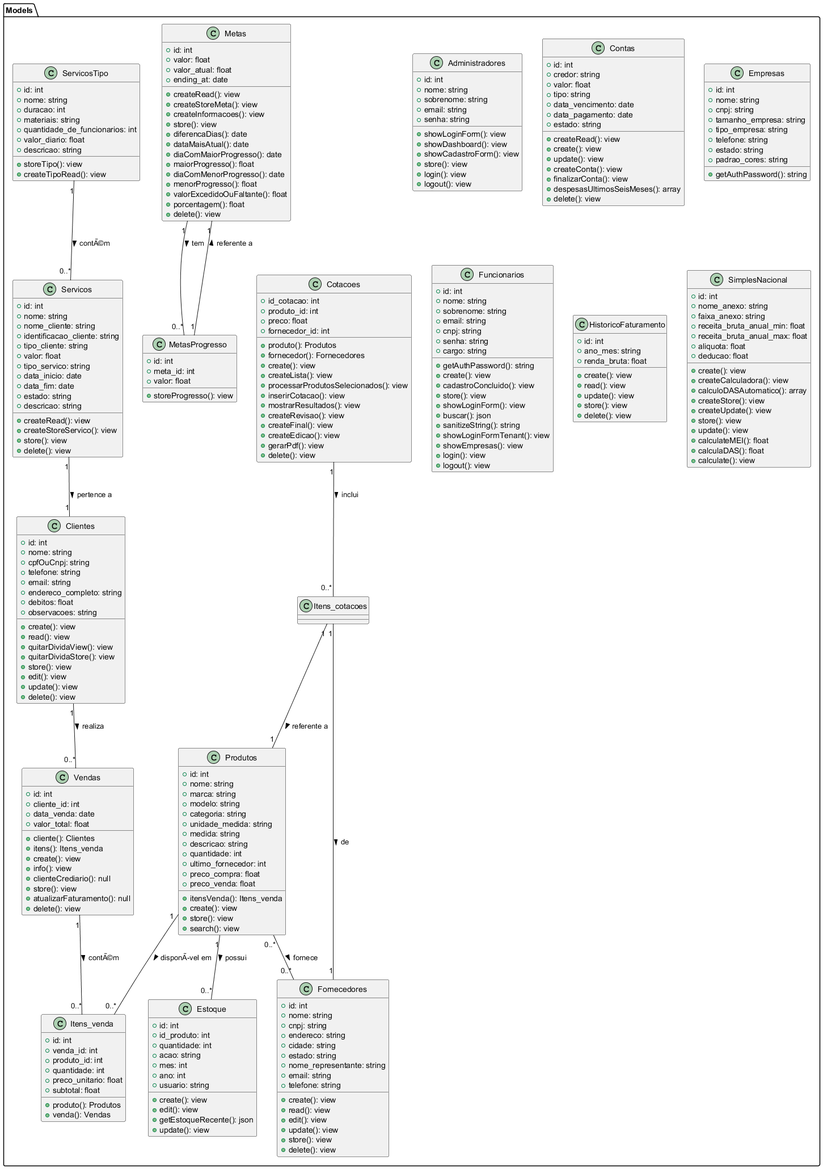
Earlier version of the PlantUML export resources/diagramas/diagrama_classe.png (PatrickCaminhas/SimplifiqSystem).
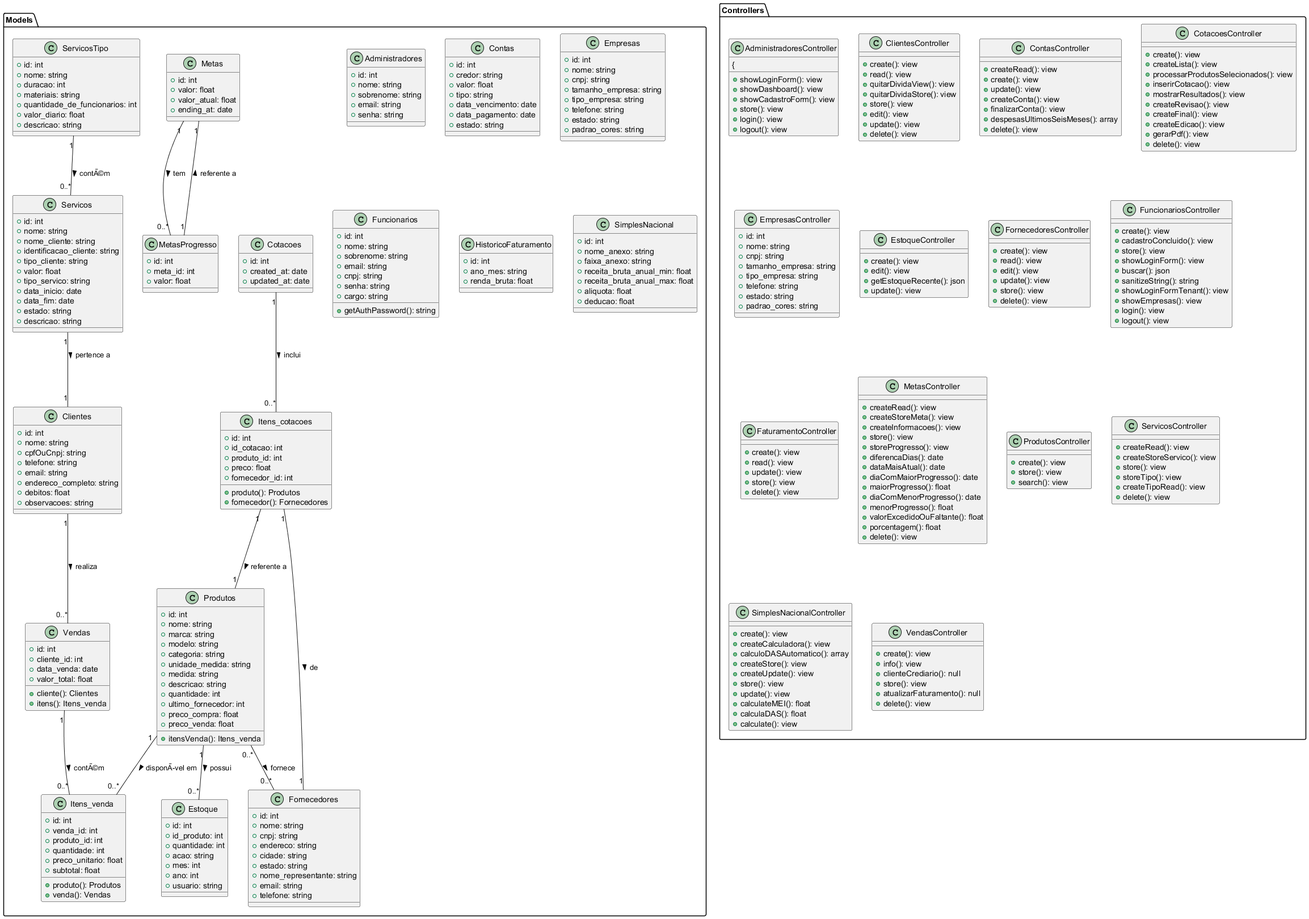
The same file after the commit.

Commit message:
correção no diagramas de casos de uso e de classe

The edit, as a diff of the source:
```diff
@@ -8,12 +8,7 @@
         +sobrenome: string
         +email: string
         +senha: string
-        +showLoginForm(): view
-        +showDashboard(): view
-        +showCadastroForm(): view
-        +store(): view
-        +login(): view
-        +logout(): view
+
 
 
     }
@@ -27,14 +22,7 @@
         +endereco_completo: string
         +debitos: float
         +observacoes: string
-        +create(): view
-        +read(): view
-        +quitarDividaView(): view
-        +quitarDividaStore(): view
-        +store(): view
-        +edit(): view
-        +update(): view
-        +delete(): view
+
 
 
     }
@@ -47,33 +35,28 @@
         +data_vencimento: date
         +data_pagamento: date
         +estado: string
-        +createRead(): view
-        +create(): view
-        +update(): view
-        +createConta(): view
-        +finalizarConta(): view
-        +despesasUltimosSeisMeses(): array
-        +delete(): view
+
 
     }
 
-    class Cotacoes {
+    class Itens_cotacoes {
+	+id: int
         +id_cotacao: int
         +produto_id: int
         +preco: float
         +fornecedor_id: int
         +produto(): Produtos
         +fornecedor(): Fornecedores
-        +create(): view
-        +createLista(): view
-        +processarProdutosSelecionados(): view
-        +inserirCotacao(): view
-        +mostrarResultados(): view
-        +createRevisao(): view
-        +createFinal(): view
-        +createEdicao(): view
-        +gerarPdf(): view
-        +delete(): view
+
+
+    }
+
+    class Cotacoes {
+    	+id: int
+	+created_at: date
+	+updated_at: date
+
+
 
     }
 
@@ -86,7 +69,7 @@
         +telefone: string
         +estado: string
         +padrao_cores: string
-        +getAuthPassword(): string
+
     }
 
     class Estoque {
@@ -97,10 +80,7 @@
         +mes: int
         +ano: int
         +usuario: string
-        +create(): view
-        +edit(): view
-        +getEstoqueRecente(): json
-        +update(): view
+
 
     }
 
@@ -114,12 +94,7 @@
         +nome_representante: string
         +email: string
         +telefone: string
-        +create(): view
-        +read(): view
-        +edit(): view
-        +update(): view
-        +store(): view
-        +delete(): view
+
 
     }
 
@@ -132,16 +107,7 @@
         +senha: string
         +cargo: string
         +getAuthPassword(): string
-        +create(): view
-        +cadastroConcluido(): view
-        +store(): view
-        +showLoginForm(): view
-        +buscar(): json
-        +sanitizeString(): string
-        +showLoginFormTenant(): view
-        +showEmpresas(): view
-        +login(): view
-        +logout(): view
+
 
     }
 
@@ -149,11 +115,7 @@
         +id: int
         +ano_mes: string
         +renda_bruta: float
-        +create(): view
-        +read(): view
-        +update(): view
-        +store(): view
-        +delete(): view
+
     }
 
     class Itens_venda {
@@ -172,19 +134,7 @@
         +valor: float
         +valor_atual: float
         +ending_at: date
-        +createRead(): view
-        +createStoreMeta(): view
-        +createInformacoes(): view
-        +store(): view
-        +diferencaDias(): date
-        +dataMaisAtual(): date
-        +diaComMaiorProgresso(): date
-        +maiorProgresso(): float
-        +diaComMenorProgresso(): date
-        +menorProgresso(): float
-        +valorExcedidoOuFaltante(): float
-        +porcentagem(): float
-        +delete(): view
+
 
     }
 
@@ -192,7 +142,7 @@
         +id: int
         +meta_id: int
         +valor: float
-        +storeProgresso(): view
+
 
     }
 
@@ -210,9 +160,7 @@
         +preco_compra: float
         +preco_venda: float
         +itensVenda(): Itens_venda
-        +create(): view
-        +store(): view
-        +search(): view
+
 
 
 
@@ -230,10 +178,7 @@
         +data_fim: date
         +estado: string
         +descricao: string
-        +createRead(): view
-        +createStoreServico(): view
-        +store(): view
-        +delete(): view
+
 
     }
 
@@ -245,8 +190,7 @@
         +quantidade_de_funcionarios: int
         +valor_diario: float
         +descricao: string
-        +storeTipo(): view
-        +createTipoRead(): view
+
 
     }
 
@@ -258,16 +202,7 @@
         +receita_bruta_anual_max: float
         +aliquota: float
         +deducao: float
-        +create(): view
-        +createCalculadora(): view
-        +calculoDASAutomatico(): array
-        +createStore(): view
-        +createUpdate(): view
-        +store(): view
-        +update(): view
-        +calculateMEI(): float
-        +calculaDAS(): float
-        +calculate(): view
+
 
     }
 
@@ -278,12 +213,7 @@
         +valor_total: float
         +cliente(): Clientes
         +itens(): Itens_venda
-        +create(): view
-        +info(): view
-        +clienteCrediario(): null
-        +store(): view
-        +atualizarFaturamento(): null
-        +delete(): view
+
 
     }
 
@@ -300,4 +230,178 @@
     Servicos "1" -- "1" Clientes : pertence a >
     ServicosTipo "1" -- "0..*" Servicos : contÃ©m >
 }
+
+
+package "Controllers" {
+
+class AdministradoresController {
+{
+        +showLoginForm(): view
+        +showDashboard(): view
+        +showCadastroForm(): view
+        +store(): view
+        +login(): view
+        +logout(): view
+
+
+    }
+
+    class ClientesController {
+        +create(): view
+        +read(): view
+        +quitarDividaView(): view
+        +quitarDividaStore(): view
+        +store(): view
+        +edit(): view
+        +update(): view
+        +delete(): view
+
+
+    }
+
+    class ContasController {
+        +createRead(): view
+        +create(): view
+        +update(): view
+        +createConta(): view
+        +finalizarConta(): view
+        +despesasUltimosSeisMeses(): array
+        +delete(): view
+
+    }
+
+    class CotacoesController {
+        +create(): view
+        +createLista(): view
+        +processarProdutosSelecionados(): view
+        +inserirCotacao(): view
+        +mostrarResultados(): view
+        +createRevisao(): view
+        +createFinal(): view
+        +createEdicao(): view
+        +gerarPdf(): view
+        +delete(): view
+
+    }
+
+    class EmpresasController {
+        +id: int
+        +nome: string
+        +cnpj: string
+        +tamanho_empresa: string
+        +tipo_empresa: string
+        +telefone: string
+        +estado: string
+        +padrao_cores: string
+    }
+
+    class EstoqueController {
+        +create(): view
+        +edit(): view
+        +getEstoqueRecente(): json
+        +update(): view
+
+    }
+
+    class FornecedoresController {
+        +create(): view
+        +read(): view
+        +edit(): view
+        +update(): view
+        +store(): view
+        +delete(): view
+
+    }
+
+    class FuncionariosController {
+        +create(): view
+        +cadastroConcluido(): view
+        +store(): view
+        +showLoginForm(): view
+        +buscar(): json
+        +sanitizeString(): string
+        +showLoginFormTenant(): view
+        +showEmpresas(): view
+        +login(): view
+        +logout(): view
+
+    }
+
+    class FaturamentoController {
+        +create(): view
+        +read(): view
+        +update(): view
+        +store(): view
+        +delete(): view
+    }
+
+
+    class MetasController {
+        +createRead(): view
+        +createStoreMeta(): view
+        +createInformacoes(): view
+        +store(): view
+	+storeProgresso(): view
+        +diferencaDias(): date
+        +dataMaisAtual(): date
+        +diaComMaiorProgresso(): date
+        +maiorProgresso(): float
+        +diaComMenorProgresso(): date
+        +menorProgresso(): float
+        +valorExcedidoOuFaltante(): float
+        +porcentagem(): float
+        +delete(): view
+
+    }
+
+
+    class ProdutosController {
+        +create(): view
+        +store(): view
+        +search(): view
+
+
+
+    }
+
+    class ServicosController {
+        +createRead(): view
+        +createStoreServico(): view
+        +store(): view
+        +storeTipo(): view
+        +createTipoRead(): view
+        +delete(): view
+
+    }
+
+
+    class SimplesNacionalController {
+        +create(): view
+        +createCalculadora(): view
+        +calculoDASAutomatico(): array
+        +createStore(): view
+        +createUpdate(): view
+        +store(): view
+        +update(): view
+        +calculateMEI(): float
+        +calculaDAS(): float
+        +calculate(): view
+
+    }
+
+    class VendasController {
+        +create(): view
+        +info(): view
+        +clienteCrediario(): null
+        +store(): view
+        +atualizarFaturamento(): null
+        +delete(): view
+
+    }
+
+
+
+}
+
+
 @enduml
```
